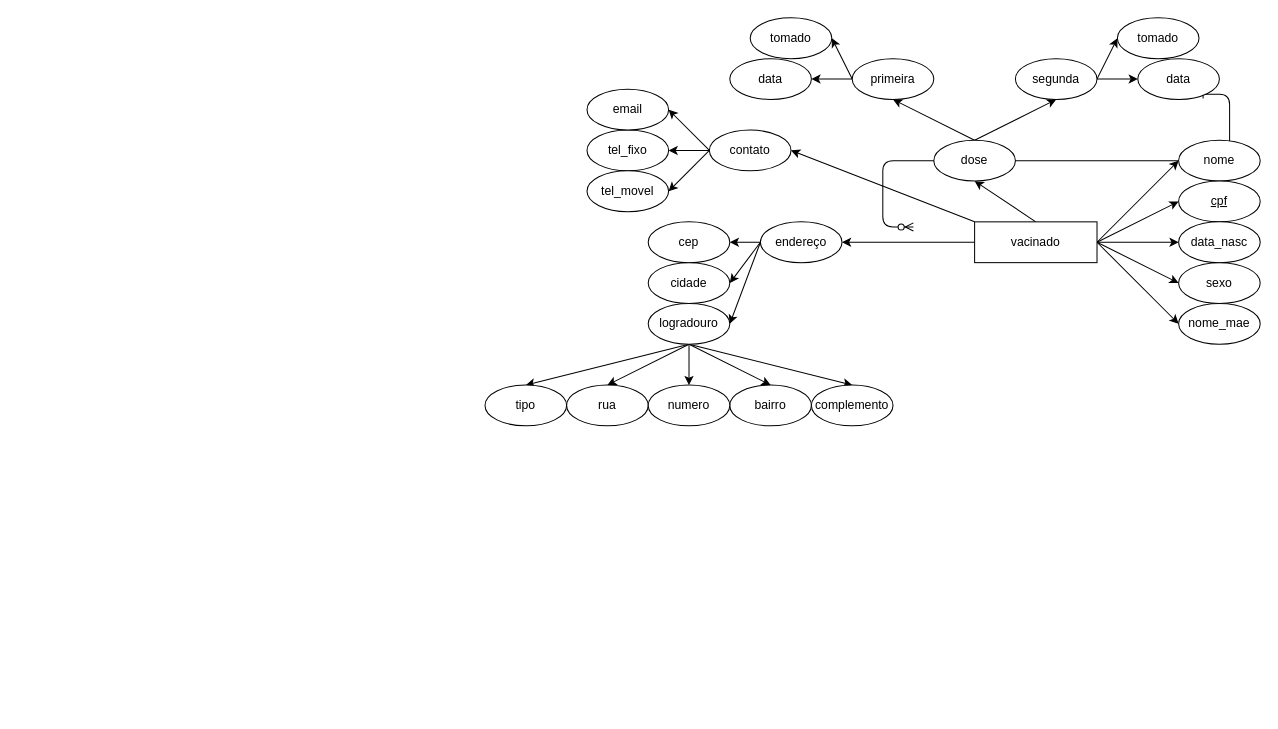
Above: modelo-er.drawio in cljosegfer/ibd-tp2-20202 (draw.io), before the change. Source tidied: cells renumbered, new cells numbered last; positions are measured from the earlier drawing's top-left corner, leaving out a move shared by most shapes. Both pictures are drawn from the tidied source at 102%, with x=0, y=0 at pixel (484, 17).
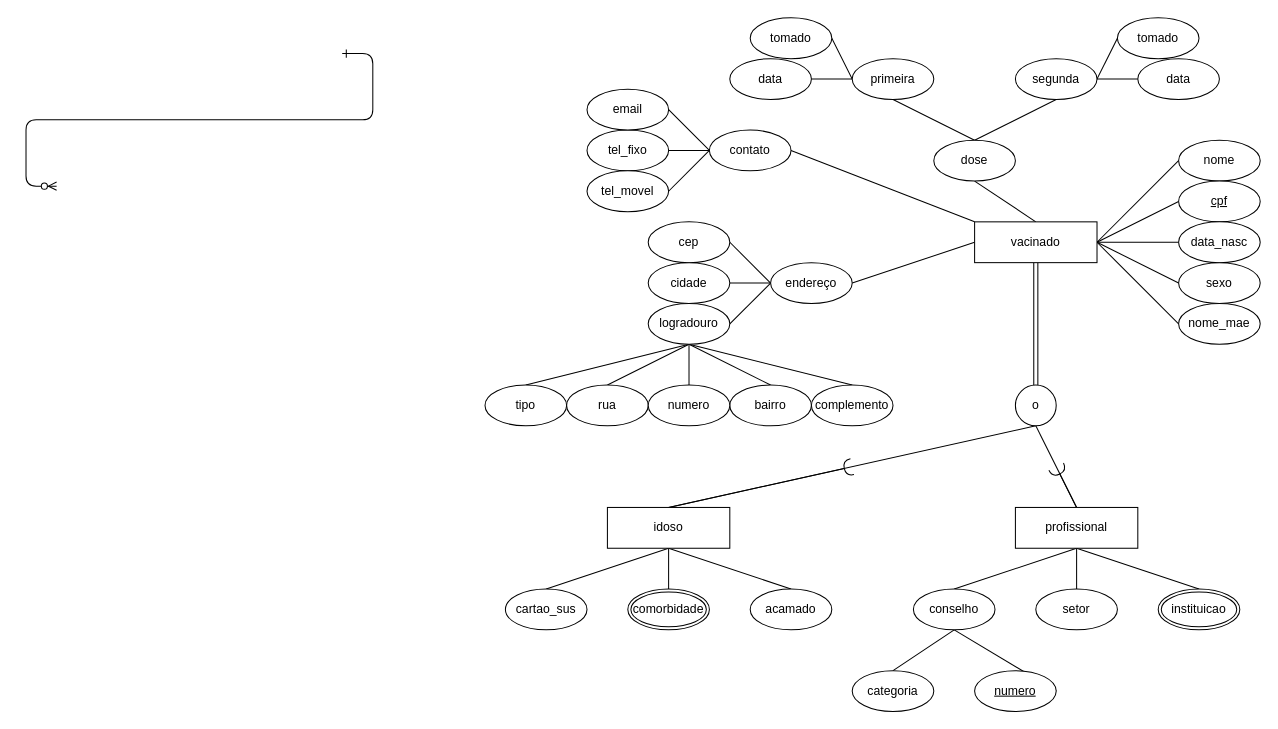
The same page after the edit.

Unchanged cells that the change refers to:
```xml
<mxCell id="11" value="vacinado" style="rounded=0;whiteSpace=wrap;html=1;" parent="1" vertex="1">
  <mxGeometry x="480" y="200" width="120" height="40" as="geometry" />
</mxCell>
<mxCell id="12" value="nome" style="ellipse;whiteSpace=wrap;html=1;" parent="1" vertex="1">
  <mxGeometry x="680" y="120" width="80" height="40" as="geometry" />
</mxCell>
<mxCell id="13" value="&lt;u&gt;cpf&lt;/u&gt;" style="ellipse;whiteSpace=wrap;html=1;" parent="1" vertex="1">
  <mxGeometry x="680" y="160" width="80" height="40" as="geometry" />
</mxCell>
<mxCell id="14" value="&lt;div&gt;data_nasc&lt;/div&gt;" style="ellipse;whiteSpace=wrap;html=1;" parent="1" vertex="1">
  <mxGeometry x="680" y="200" width="80" height="40" as="geometry" />
</mxCell>
<mxCell id="15" value="sexo" style="ellipse;whiteSpace=wrap;html=1;" parent="1" vertex="1">
  <mxGeometry x="680" y="240" width="80" height="40" as="geometry" />
</mxCell>
<mxCell id="16" value="&lt;div&gt;nome_mae&lt;/div&gt;" style="ellipse;whiteSpace=wrap;html=1;" parent="1" vertex="1">
  <mxGeometry x="680" y="280" width="80" height="40" as="geometry" />
</mxCell>
<mxCell id="20" value="contato" style="ellipse;whiteSpace=wrap;html=1;" parent="1" vertex="1">
  <mxGeometry x="220" y="110" width="80" height="40" as="geometry" />
</mxCell>
<mxCell id="23" value="dose" style="ellipse;whiteSpace=wrap;html=1;" parent="1" vertex="1">
  <mxGeometry x="440" y="120" width="80" height="40" as="geometry" />
</mxCell>
<mxCell id="28" value="tel_fixo" style="ellipse;whiteSpace=wrap;html=1;" parent="1" vertex="1">
  <mxGeometry x="100" y="110" width="80" height="40" as="geometry" />
</mxCell>
<mxCell id="29" value="email" style="ellipse;whiteSpace=wrap;html=1;" parent="1" vertex="1">
  <mxGeometry x="100" y="70" width="80" height="40" as="geometry" />
</mxCell>
<mxCell id="30" value="tel_movel" style="ellipse;whiteSpace=wrap;html=1;" parent="1" vertex="1">
  <mxGeometry x="100" y="150" width="80" height="40" as="geometry" />
</mxCell>
<mxCell id="31" value="cep" style="ellipse;whiteSpace=wrap;html=1;" parent="1" vertex="1">
  <mxGeometry x="160" y="200" width="80" height="40" as="geometry" />
</mxCell>
<mxCell id="32" value="cidade" style="ellipse;whiteSpace=wrap;html=1;" parent="1" vertex="1">
  <mxGeometry x="160" y="240" width="80" height="40" as="geometry" />
</mxCell>
<mxCell id="38" value="logradouro" style="ellipse;whiteSpace=wrap;html=1;" parent="1" vertex="1">
  <mxGeometry x="160" y="280" width="80" height="40" as="geometry" />
</mxCell>
<mxCell id="39" value="rua" style="ellipse;whiteSpace=wrap;html=1;" parent="1" vertex="1">
  <mxGeometry x="80" y="360" width="80" height="40" as="geometry" />
</mxCell>
<mxCell id="40" value="bairro" style="ellipse;whiteSpace=wrap;html=1;" parent="1" vertex="1">
  <mxGeometry x="240" y="360" width="80" height="40" as="geometry" />
</mxCell>
<mxCell id="41" value="tipo" style="ellipse;whiteSpace=wrap;html=1;" parent="1" vertex="1">
  <mxGeometry y="360" width="80" height="40" as="geometry" />
</mxCell>
<mxCell id="42" value="numero" style="ellipse;whiteSpace=wrap;html=1;" parent="1" vertex="1">
  <mxGeometry x="160" y="360" width="80" height="40" as="geometry" />
</mxCell>
<mxCell id="43" value="complemento" style="ellipse;whiteSpace=wrap;html=1;" parent="1" vertex="1">
  <mxGeometry x="320" y="360" width="80" height="40" as="geometry" />
</mxCell>
<mxCell id="46" value="primeira" style="ellipse;whiteSpace=wrap;html=1;" parent="1" vertex="1">
  <mxGeometry x="360" y="40" width="80" height="40" as="geometry" />
</mxCell>
<mxCell id="49" value="segunda" style="ellipse;whiteSpace=wrap;html=1;" parent="1" vertex="1">
  <mxGeometry x="520" y="40" width="80" height="40" as="geometry" />
</mxCell>
<mxCell id="50" value="data" style="ellipse;whiteSpace=wrap;html=1;" parent="1" vertex="1">
  <mxGeometry x="240" y="40" width="80" height="40" as="geometry" />
</mxCell>
<mxCell id="51" value="tomado" style="ellipse;whiteSpace=wrap;html=1;" parent="1" vertex="1">
  <mxGeometry x="260" width="80" height="40" as="geometry" />
</mxCell>
<mxCell id="52" value="tomado" style="ellipse;whiteSpace=wrap;html=1;" parent="1" vertex="1">
  <mxGeometry x="620" width="80" height="40" as="geometry" />
</mxCell>
<mxCell id="53" value="data" style="ellipse;whiteSpace=wrap;html=1;" parent="1" vertex="1">
  <mxGeometry x="640" y="40" width="80" height="40" as="geometry" />
</mxCell>
```

What changed in the source:
```diff
@@
     <mxCell id="2" style="edgeStyle=entityRelationEdgeStyle;endArrow=ERzeroToMany;startArrow=ERone;endFill=1;startFill=0;" parent="1" edge="1">
       <mxGeometry relative="1" as="geometry">
-        <mxPoint x="700" y="75" as="sourcePoint" />
-        <mxPoint x="420" y="205" as="targetPoint" />
+        <mxPoint x="-140" y="35" as="sourcePoint" />
+        <mxPoint x="-420" y="165" as="targetPoint" />
       </mxGeometry>
     </mxCell>
-    <mxCell id="3" style="edgeStyle=none;rounded=0;jettySize=auto;html=1;exitX=1;exitY=0.5;exitDx=0;exitDy=0;entryX=0;entryY=0.5;entryDx=0;entryDy=0;" parent="1" edge="1" source="11" target="12">
+    <mxCell id="3" style="edgeStyle=none;rounded=0;jettySize=auto;html=1;exitX=1;exitY=0.5;exitDx=0;exitDy=0;entryX=0;entryY=0.5;entryDx=0;entryDy=0;endArrow=none;endFill=0;" parent="1" edge="1" source="11" target="12">
       <mxGeometry relative="1" as="geometry" />
     </mxCell>
-    <mxCell id="4" style="edgeStyle=none;rounded=0;jettySize=auto;html=1;exitX=1;exitY=0.5;exitDx=0;exitDy=0;entryX=0;entryY=0.5;entryDx=0;entryDy=0;" parent="1" edge="1" source="11" target="13">
+    <mxCell id="4" style="edgeStyle=none;rounded=0;jettySize=auto;html=1;exitX=1;exitY=0.5;exitDx=0;exitDy=0;entryX=0;entryY=0.5;entryDx=0;entryDy=0;endArrow=none;endFill=0;" parent="1" edge="1" source="11" target="13">
       <mxGeometry relative="1" as="geometry" />
     </mxCell>
-    <mxCell id="5" style="edgeStyle=none;rounded=0;jettySize=auto;html=1;exitX=1;exitY=0.5;exitDx=0;exitDy=0;entryX=0;entryY=0.5;entryDx=0;entryDy=0;" parent="1" edge="1" source="11" target="14">
+    <mxCell id="5" style="edgeStyle=none;rounded=0;jettySize=auto;html=1;exitX=1;exitY=0.5;exitDx=0;exitDy=0;entryX=0;entryY=0.5;entryDx=0;entryDy=0;endArrow=none;endFill=0;" parent="1" edge="1" source="11" target="14">
       <mxGeometry relative="1" as="geometry" />
     </mxCell>
-    <mxCell id="6" style="edgeStyle=none;rounded=0;jettySize=auto;html=1;exitX=1;exitY=0.5;exitDx=0;exitDy=0;entryX=0;entryY=0.5;entryDx=0;entryDy=0;" parent="1" edge="1" source="11" target="15">
+    <mxCell id="6" style="edgeStyle=none;rounded=0;jettySize=auto;html=1;exitX=1;exitY=0.5;exitDx=0;exitDy=0;entryX=0;entryY=0.5;entryDx=0;entryDy=0;endArrow=none;endFill=0;" parent="1" edge="1" source="11" target="15">
       <mxGeometry relative="1" as="geometry" />
     </mxCell>
-    <mxCell id="7" style="edgeStyle=none;rounded=0;jettySize=auto;html=1;exitX=1;exitY=0.5;exitDx=0;exitDy=0;entryX=0;entryY=0.5;entryDx=0;entryDy=0;" parent="1" edge="1" source="11" target="16">
+    <mxCell id="7" style="edgeStyle=none;rounded=0;jettySize=auto;html=1;exitX=1;exitY=0.5;exitDx=0;exitDy=0;entryX=0;entryY=0.5;entryDx=0;entryDy=0;endArrow=none;endFill=0;" parent="1" edge="1" source="11" target="16">
       <mxGeometry relative="1" as="geometry" />
     </mxCell>
-    <mxCell id="8" style="edgeStyle=none;rounded=0;jettySize=auto;html=1;exitX=0;exitY=0;exitDx=0;exitDy=0;entryX=1;entryY=0.5;entryDx=0;entryDy=0;" parent="1" edge="1" source="11" target="20">
+    <mxCell id="8" style="edgeStyle=none;rounded=0;jettySize=auto;html=1;exitX=0;exitY=0;exitDx=0;exitDy=0;entryX=1;entryY=0.5;entryDx=0;entryDy=0;endArrow=none;endFill=0;" parent="1" edge="1" source="11" target="20">
       <mxGeometry relative="1" as="geometry" />
     </mxCell>
-    <mxCell id="9" style="edgeStyle=none;rounded=0;jettySize=auto;html=1;exitX=0.5;exitY=0;exitDx=0;exitDy=0;entryX=0.5;entryY=1;entryDx=0;entryDy=0;" parent="1" edge="1" source="11" target="23">
+    <mxCell id="9" style="edgeStyle=none;rounded=0;jettySize=auto;html=1;exitX=0.5;exitY=0;exitDx=0;exitDy=0;entryX=0.5;entryY=1;entryDx=0;entryDy=0;endArrow=none;endFill=0;" parent="1" edge="1" source="11" target="23">
       <mxGeometry relative="1" as="geometry" />
     </mxCell>
-    <mxCell id="10" style="edgeStyle=none;rounded=0;jettySize=auto;html=1;exitX=0;exitY=0.5;exitDx=0;exitDy=0;entryX=1;entryY=0.5;entryDx=0;entryDy=0;" parent="1" edge="1" source="11" target="27">
+    <mxCell id="10" style="edgeStyle=none;rounded=0;jettySize=auto;html=1;exitX=0;exitY=0.5;exitDx=0;exitDy=0;entryX=1;entryY=0.5;entryDx=0;entryDy=0;endArrow=none;endFill=0;" parent="1" edge="1" source="11" target="27">
       <mxGeometry relative="1" as="geometry" />
     </mxCell>
+    <mxCell id="54" style="edgeStyle=none;rounded=0;jettySize=auto;html=1;exitX=0.5;exitY=1;exitDx=0;exitDy=0;entryX=0.5;entryY=0;entryDx=0;entryDy=0;shape=link;" parent="1" edge="1" source="11" target="57">
+      <mxGeometry relative="1" as="geometry" />
+    </mxCell>
@@
-    <mxCell id="17" style="rounded=0;jettySize=auto;html=1;exitX=0;exitY=0.5;exitDx=0;exitDy=0;entryX=1;entryY=0.5;entryDx=0;entryDy=0;" parent="1" edge="1" source="20" target="28">
+    <mxCell id="17" style="rounded=0;jettySize=auto;html=1;exitX=0;exitY=0.5;exitDx=0;exitDy=0;entryX=1;entryY=0.5;entryDx=0;entryDy=0;endArrow=none;endFill=0;" parent="1" edge="1" source="20" target="28">
       <mxGeometry relative="1" as="geometry" />
     </mxCell>
-    <mxCell id="18" style="edgeStyle=none;rounded=0;jettySize=auto;html=1;exitX=0;exitY=0.5;exitDx=0;exitDy=0;entryX=1;entryY=0.5;entryDx=0;entryDy=0;" parent="1" edge="1" source="20" target="29">
+    <mxCell id="18" style="edgeStyle=none;rounded=0;jettySize=auto;html=1;exitX=0;exitY=0.5;exitDx=0;exitDy=0;entryX=1;entryY=0.5;entryDx=0;entryDy=0;endArrow=none;endFill=0;" parent="1" edge="1" source="20" target="29">
       <mxGeometry relative="1" as="geometry" />
     </mxCell>
-    <mxCell id="19" style="edgeStyle=none;rounded=0;jettySize=auto;html=1;exitX=0;exitY=0.5;exitDx=0;exitDy=0;entryX=1;entryY=0.5;entryDx=0;entryDy=0;" parent="1" edge="1" source="20" target="30">
+    <mxCell id="19" style="edgeStyle=none;rounded=0;jettySize=auto;html=1;exitX=0;exitY=0.5;exitDx=0;exitDy=0;entryX=1;entryY=0.5;entryDx=0;entryDy=0;endArrow=none;endFill=0;" parent="1" edge="1" source="20" target="30">
       <mxGeometry relative="1" as="geometry" />
     </mxCell>
@@
-    <mxCell id="21" style="edgeStyle=none;rounded=0;jettySize=auto;html=1;exitX=0.5;exitY=0;exitDx=0;exitDy=0;entryX=0.5;entryY=1;entryDx=0;entryDy=0;" parent="1" edge="1" source="23" target="46">
+    <mxCell id="21" style="edgeStyle=none;rounded=0;jettySize=auto;html=1;exitX=0.5;exitY=0;exitDx=0;exitDy=0;entryX=0.5;entryY=1;entryDx=0;entryDy=0;endArrow=none;endFill=0;" parent="1" edge="1" source="23" target="46">
       <mxGeometry relative="1" as="geometry" />
     </mxCell>
-    <mxCell id="22" style="edgeStyle=none;rounded=0;jettySize=auto;html=1;exitX=0.5;exitY=0;exitDx=0;exitDy=0;entryX=0.5;entryY=1;entryDx=0;entryDy=0;" parent="1" edge="1" source="23" target="49">
+    <mxCell id="22" style="edgeStyle=none;rounded=0;jettySize=auto;html=1;exitX=0.5;exitY=0;exitDx=0;exitDy=0;entryX=0.5;entryY=1;entryDx=0;entryDy=0;endArrow=none;endFill=0;" parent="1" edge="1" source="23" target="49">
       <mxGeometry relative="1" as="geometry" />
     </mxCell>
@@
-    <mxCell id="24" style="edgeStyle=none;rounded=0;jettySize=auto;html=1;entryX=1;entryY=0.5;entryDx=0;entryDy=0;exitX=0;exitY=0.5;exitDx=0;exitDy=0;" parent="1" edge="1" source="27" target="31">
+    <mxCell id="24" style="edgeStyle=none;rounded=0;jettySize=auto;html=1;entryX=1;entryY=0.5;entryDx=0;entryDy=0;exitX=0;exitY=0.5;exitDx=0;exitDy=0;endArrow=none;endFill=0;" parent="1" edge="1" source="27" target="31">
       <mxGeometry relative="1" as="geometry" />
     </mxCell>
-    <mxCell id="25" style="edgeStyle=none;rounded=0;jettySize=auto;html=1;exitX=0;exitY=0.5;exitDx=0;exitDy=0;entryX=1;entryY=0.5;entryDx=0;entryDy=0;" parent="1" edge="1" source="27" target="32">
+    <mxCell id="25" style="edgeStyle=none;rounded=0;jettySize=auto;html=1;exitX=0;exitY=0.5;exitDx=0;exitDy=0;entryX=1;entryY=0.5;entryDx=0;entryDy=0;endArrow=none;endFill=0;" parent="1" edge="1" source="27" target="32">
       <mxGeometry relative="1" as="geometry" />
     </mxCell>
-    <mxCell id="26" style="edgeStyle=none;rounded=0;jettySize=auto;html=1;exitX=0;exitY=0.5;exitDx=0;exitDy=0;entryX=1;entryY=0.5;entryDx=0;entryDy=0;" parent="1" edge="1" source="27" target="38">
+    <mxCell id="26" style="edgeStyle=none;rounded=0;jettySize=auto;html=1;exitX=0;exitY=0.5;exitDx=0;exitDy=0;entryX=1;entryY=0.5;entryDx=0;entryDy=0;endArrow=none;endFill=0;" parent="1" edge="1" source="27" target="38">
       <mxGeometry relative="1" as="geometry" />
     </mxCell>
     <mxCell id="27" value="endereço" style="ellipse;whiteSpace=wrap;html=1;" parent="1" vertex="1">
-      <mxGeometry x="270" y="200" width="80" height="40" as="geometry" />
+      <mxGeometry x="280" y="240" width="80" height="40" as="geometry" />
     </mxCell>
@@
-    <mxCell id="33" style="edgeStyle=none;rounded=0;jettySize=auto;html=1;exitX=0.5;exitY=1;exitDx=0;exitDy=0;entryX=0.5;entryY=0;entryDx=0;entryDy=0;" parent="1" edge="1" source="38" target="41">
+    <mxCell id="33" style="edgeStyle=none;rounded=0;jettySize=auto;html=1;exitX=0.5;exitY=1;exitDx=0;exitDy=0;entryX=0.5;entryY=0;entryDx=0;entryDy=0;endArrow=none;endFill=0;" parent="1" edge="1" source="38" target="41">
       <mxGeometry relative="1" as="geometry" />
     </mxCell>
-    <mxCell id="34" style="edgeStyle=none;rounded=0;jettySize=auto;html=1;exitX=0.5;exitY=1;exitDx=0;exitDy=0;entryX=0.5;entryY=0;entryDx=0;entryDy=0;" parent="1" edge="1" source="38" target="39">
+    <mxCell id="34" style="edgeStyle=none;rounded=0;jettySize=auto;html=1;exitX=0.5;exitY=1;exitDx=0;exitDy=0;entryX=0.5;entryY=0;entryDx=0;entryDy=0;endArrow=none;endFill=0;" parent="1" edge="1" source="38" target="39">
       <mxGeometry relative="1" as="geometry" />
     </mxCell>
-    <mxCell id="35" style="edgeStyle=none;rounded=0;jettySize=auto;html=1;exitX=0.5;exitY=1;exitDx=0;exitDy=0;entryX=0.5;entryY=0;entryDx=0;entryDy=0;" parent="1" edge="1" source="38" target="42">
+    <mxCell id="35" style="edgeStyle=none;rounded=0;jettySize=auto;html=1;exitX=0.5;exitY=1;exitDx=0;exitDy=0;entryX=0.5;entryY=0;entryDx=0;entryDy=0;endArrow=none;endFill=0;" parent="1" edge="1" source="38" target="42">
       <mxGeometry relative="1" as="geometry" />
     </mxCell>
-    <mxCell id="36" style="edgeStyle=none;rounded=0;jettySize=auto;html=1;exitX=0.5;exitY=1;exitDx=0;exitDy=0;entryX=0.5;entryY=0;entryDx=0;entryDy=0;" parent="1" edge="1" source="38" target="40">
+    <mxCell id="36" style="edgeStyle=none;rounded=0;jettySize=auto;html=1;exitX=0.5;exitY=1;exitDx=0;exitDy=0;entryX=0.5;entryY=0;entryDx=0;entryDy=0;endArrow=none;endFill=0;" parent="1" edge="1" source="38" target="40">
       <mxGeometry relative="1" as="geometry" />
     </mxCell>
-    <mxCell id="37" style="edgeStyle=none;rounded=0;jettySize=auto;html=1;exitX=0.5;exitY=1;exitDx=0;exitDy=0;entryX=0.5;entryY=0;entryDx=0;entryDy=0;" parent="1" edge="1" source="38" target="43">
+    <mxCell id="37" style="edgeStyle=none;rounded=0;jettySize=auto;html=1;exitX=0.5;exitY=1;exitDx=0;exitDy=0;entryX=0.5;entryY=0;entryDx=0;entryDy=0;endArrow=none;endFill=0;" parent="1" edge="1" source="38" target="43">
       <mxGeometry relative="1" as="geometry" />
     </mxCell>
@@
-    <mxCell id="44" style="edgeStyle=none;rounded=0;jettySize=auto;html=1;exitX=0;exitY=0.5;exitDx=0;exitDy=0;entryX=1;entryY=0.5;entryDx=0;entryDy=0;" parent="1" edge="1" source="46" target="50">
+    <mxCell id="44" style="edgeStyle=none;rounded=0;jettySize=auto;html=1;exitX=0;exitY=0.5;exitDx=0;exitDy=0;entryX=1;entryY=0.5;entryDx=0;entryDy=0;endArrow=none;endFill=0;" parent="1" edge="1" source="46" target="50">
       <mxGeometry relative="1" as="geometry" />
     </mxCell>
-    <mxCell id="45" style="edgeStyle=none;rounded=0;jettySize=auto;html=1;exitX=0;exitY=0.5;exitDx=0;exitDy=0;entryX=1;entryY=0.5;entryDx=0;entryDy=0;" parent="1" edge="1" source="46" target="51">
+    <mxCell id="45" style="edgeStyle=none;rounded=0;jettySize=auto;html=1;exitX=0;exitY=0.5;exitDx=0;exitDy=0;entryX=1;entryY=0.5;entryDx=0;entryDy=0;endArrow=none;endFill=0;" parent="1" edge="1" source="46" target="51">
       <mxGeometry relative="1" as="geometry" />
     </mxCell>
@@
-    <mxCell id="47" style="edgeStyle=none;rounded=0;jettySize=auto;html=1;exitX=1;exitY=0.5;exitDx=0;exitDy=0;entryX=0;entryY=0.5;entryDx=0;entryDy=0;" parent="1" edge="1" source="49" target="52">
+    <mxCell id="47" style="edgeStyle=none;rounded=0;jettySize=auto;html=1;exitX=1;exitY=0.5;exitDx=0;exitDy=0;entryX=0;entryY=0.5;entryDx=0;entryDy=0;endArrow=none;endFill=0;" parent="1" edge="1" source="49" target="52">
       <mxGeometry relative="1" as="geometry" />
     </mxCell>
-    <mxCell id="48" style="edgeStyle=none;rounded=0;jettySize=auto;html=1;exitX=1;exitY=0.5;exitDx=0;exitDy=0;entryX=0;entryY=0.5;entryDx=0;entryDy=0;" parent="1" edge="1" source="49" target="53">
+    <mxCell id="48" style="edgeStyle=none;rounded=0;jettySize=auto;html=1;exitX=1;exitY=0.5;exitDx=0;exitDy=0;entryX=0;entryY=0.5;entryDx=0;entryDy=0;endArrow=none;endFill=0;" parent="1" edge="1" source="49" target="53">
       <mxGeometry relative="1" as="geometry" />
     </mxCell>
@@
+    <mxCell id="55" style="edgeStyle=none;rounded=0;jettySize=auto;html=1;exitX=0.5;exitY=1;exitDx=0;exitDy=0;startArrow=none;startFill=0;endArrow=none;endFill=0;entryX=0.5;entryY=0;entryDx=0;entryDy=0;" parent="1" edge="1" source="57" target="62">
+      <mxGeometry relative="1" as="geometry" />
+    </mxCell>
+    <mxCell id="56" style="edgeStyle=none;rounded=0;jettySize=auto;html=1;exitX=0.5;exitY=1;exitDx=0;exitDy=0;entryX=0.5;entryY=0;entryDx=0;entryDy=0;startArrow=none;startFill=0;endArrow=none;endFill=0;" parent="1" edge="1" source="57" target="67">
+      <mxGeometry relative="1" as="geometry" />
+    </mxCell>
+    <mxCell id="57" value="o" style="ellipse;whiteSpace=wrap;html=1;" parent="1" vertex="1">
+      <mxGeometry x="520" y="360" width="40" height="40" as="geometry" />
+    </mxCell>
+    <mxCell id="58" style="edgeStyle=none;rounded=0;jettySize=auto;html=1;exitX=0.5;exitY=0;exitDx=0;exitDy=0;startArrow=none;startFill=0;endArrow=halfCircle;endFill=0;" parent="1" edge="1" source="62">
+      <mxGeometry relative="1" as="geometry">
+        <mxPoint x="560" y="440" as="targetPoint" />
+      </mxGeometry>
+    </mxCell>
+    <mxCell id="59" style="edgeStyle=none;rounded=0;jettySize=auto;html=1;exitX=0.5;exitY=1;exitDx=0;exitDy=0;entryX=0.5;entryY=0;entryDx=0;entryDy=0;startArrow=none;startFill=0;endArrow=none;endFill=0;" parent="1" edge="1" source="62" target="70">
+      <mxGeometry relative="1" as="geometry" />
+    </mxCell>
+    <mxCell id="60" style="edgeStyle=none;rounded=0;jettySize=auto;html=1;exitX=0.5;exitY=1;exitDx=0;exitDy=0;entryX=0.5;entryY=0;entryDx=0;entryDy=0;startArrow=none;startFill=0;endArrow=none;endFill=0;" parent="1" edge="1" source="62" target="73">
+      <mxGeometry relative="1" as="geometry" />
+    </mxCell>
+    <mxCell id="61" style="edgeStyle=none;rounded=0;jettySize=auto;html=1;exitX=0.5;exitY=1;exitDx=0;exitDy=0;entryX=0.5;entryY=0;entryDx=0;entryDy=0;startArrow=none;startFill=0;endArrow=none;endFill=0;" parent="1" edge="1" source="62" target="74">
+      <mxGeometry relative="1" as="geometry" />
+    </mxCell>
+    <mxCell id="62" value="profissional" style="rounded=0;whiteSpace=wrap;html=1;" parent="1" vertex="1">
+      <mxGeometry x="520" y="480" width="120" height="40" as="geometry" />
+    </mxCell>
+    <mxCell id="63" style="edgeStyle=none;rounded=0;jettySize=auto;html=1;exitX=0.5;exitY=0;exitDx=0;exitDy=0;startArrow=none;startFill=0;endArrow=halfCircle;endFill=0;" parent="1" edge="1" source="67">
+      <mxGeometry relative="1" as="geometry">
+        <mxPoint x="360" y="440" as="targetPoint" />
+      </mxGeometry>
+    </mxCell>
+    <mxCell id="64" style="edgeStyle=none;rounded=0;jettySize=auto;html=1;exitX=0.5;exitY=1;exitDx=0;exitDy=0;entryX=0.5;entryY=0;entryDx=0;entryDy=0;startArrow=none;startFill=0;endArrow=none;endFill=0;" parent="1" edge="1" source="67" target="75">
+      <mxGeometry relative="1" as="geometry" />
+    </mxCell>
+    <mxCell id="65" style="edgeStyle=none;rounded=0;jettySize=auto;html=1;exitX=0.5;exitY=1;exitDx=0;exitDy=0;entryX=0.5;entryY=0;entryDx=0;entryDy=0;startArrow=none;startFill=0;endArrow=none;endFill=0;" parent="1" edge="1" source="67" target="77">
+      <mxGeometry relative="1" as="geometry" />
+    </mxCell>
+    <mxCell id="66" style="edgeStyle=none;rounded=0;jettySize=auto;html=1;exitX=0.5;exitY=1;exitDx=0;exitDy=0;entryX=0.5;entryY=0;entryDx=0;entryDy=0;startArrow=none;startFill=0;endArrow=none;endFill=0;" parent="1" edge="1" source="67" target="76">
+      <mxGeometry relative="1" as="geometry" />
+    </mxCell>
+    <mxCell id="67" value="idoso" style="rounded=0;whiteSpace=wrap;html=1;" parent="1" vertex="1">
+      <mxGeometry x="120" y="480" width="120" height="40" as="geometry" />
+    </mxCell>
+    <mxCell id="68" style="edgeStyle=none;rounded=0;jettySize=auto;html=1;exitX=0.5;exitY=1;exitDx=0;exitDy=0;entryX=0;entryY=0.5;entryDx=0;entryDy=0;startArrow=none;startFill=0;endArrow=none;endFill=0;" parent="1" edge="1" source="70" target="72">
+      <mxGeometry relative="1" as="geometry" />
+    </mxCell>
+    <mxCell id="69" style="edgeStyle=none;rounded=0;jettySize=auto;html=1;exitX=0.5;exitY=1;exitDx=0;exitDy=0;entryX=0.5;entryY=0;entryDx=0;entryDy=0;startArrow=none;startFill=0;endArrow=none;endFill=0;" parent="1" edge="1" source="70" target="71">
+      <mxGeometry relative="1" as="geometry" />
+    </mxCell>
+    <mxCell id="70" value="conselho" style="ellipse;whiteSpace=wrap;html=1;" parent="1" vertex="1">
+      <mxGeometry x="420" y="560" width="80" height="40" as="geometry" />
+    </mxCell>
+    <mxCell id="71" value="categoria" style="ellipse;whiteSpace=wrap;html=1;" parent="1" vertex="1">
+      <mxGeometry x="360" y="640" width="80" height="40" as="geometry" />
+    </mxCell>
+    <mxCell id="72" value="&lt;u&gt;numero&lt;/u&gt;" style="ellipse;whiteSpace=wrap;html=1;direction=west;" parent="1" vertex="1">
+      <mxGeometry x="480" y="640" width="80" height="40" as="geometry" />
+    </mxCell>
+    <mxCell id="73" value="setor" style="ellipse;whiteSpace=wrap;html=1;" parent="1" vertex="1">
+      <mxGeometry x="540" y="560" width="80" height="40" as="geometry" />
+    </mxCell>
+    <mxCell id="74" value="instituicao" style="ellipse;shape=doubleEllipse;margin=3;whiteSpace=wrap;html=1;align=center;" parent="1" vertex="1">
+      <mxGeometry x="660" y="560" width="80" height="40" as="geometry" />
+    </mxCell>
+    <mxCell id="75" value="cartao_sus" style="ellipse;whiteSpace=wrap;html=1;" parent="1" vertex="1">
+      <mxGeometry x="20" y="560" width="80" height="40" as="geometry" />
+    </mxCell>
+    <mxCell id="76" value="acamado" style="ellipse;whiteSpace=wrap;html=1;" parent="1" vertex="1">
+      <mxGeometry x="260" y="560" width="80" height="40" as="geometry" />
+    </mxCell>
+    <mxCell id="77" value="comorbidade" style="ellipse;shape=doubleEllipse;margin=3;whiteSpace=wrap;html=1;align=center;" parent="1" vertex="1">
+      <mxGeometry x="140" y="560" width="80" height="40" as="geometry" />
+    </mxCell>
```
